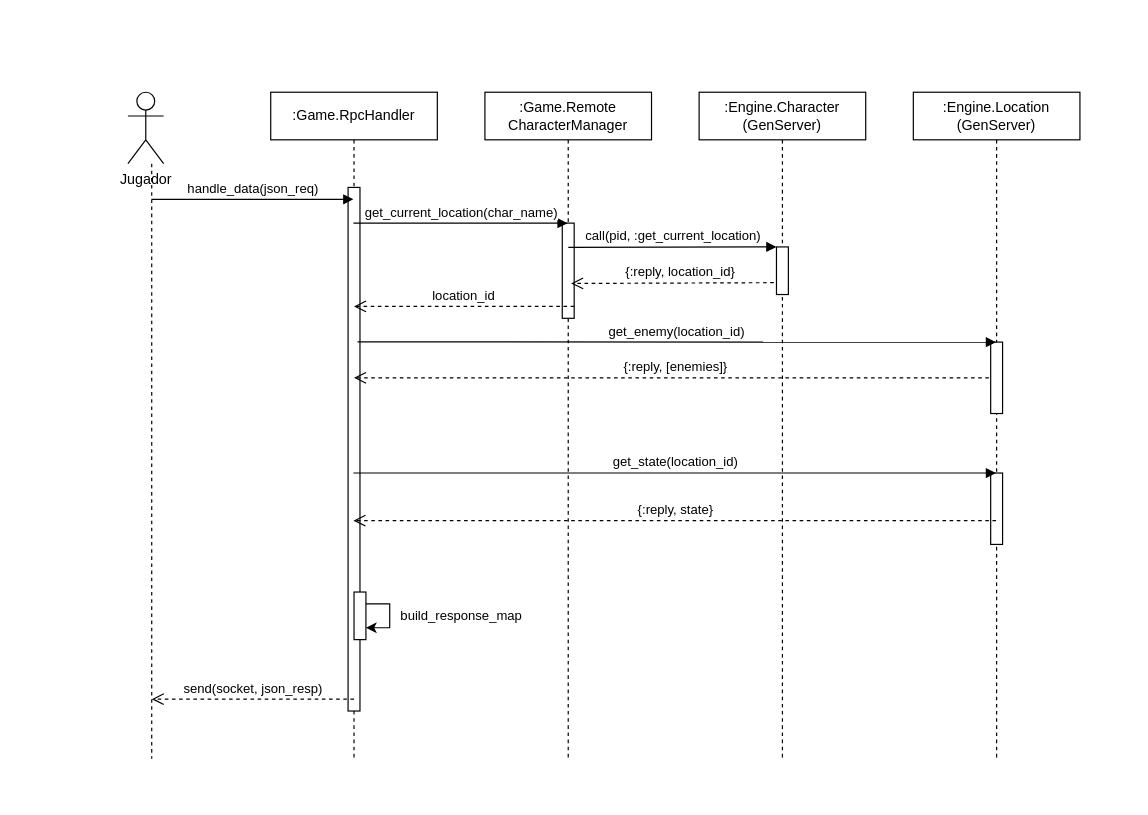
Earlier version of the draw.io diagram document/tex_files/mainmatter/chapter_5/images/design_game/secuence_diagrams/inspect_current_location.drawio (ThAlsay/Hephaestus). Source tidied: cells renumbered, new cells numbered last; positions are measured from the earlier drawing's top-left corner, leaving out a move shared by most shapes. Both pictures are drawn from the tidied source at 119%, with x=0, y=0 at pixel (127, 92).
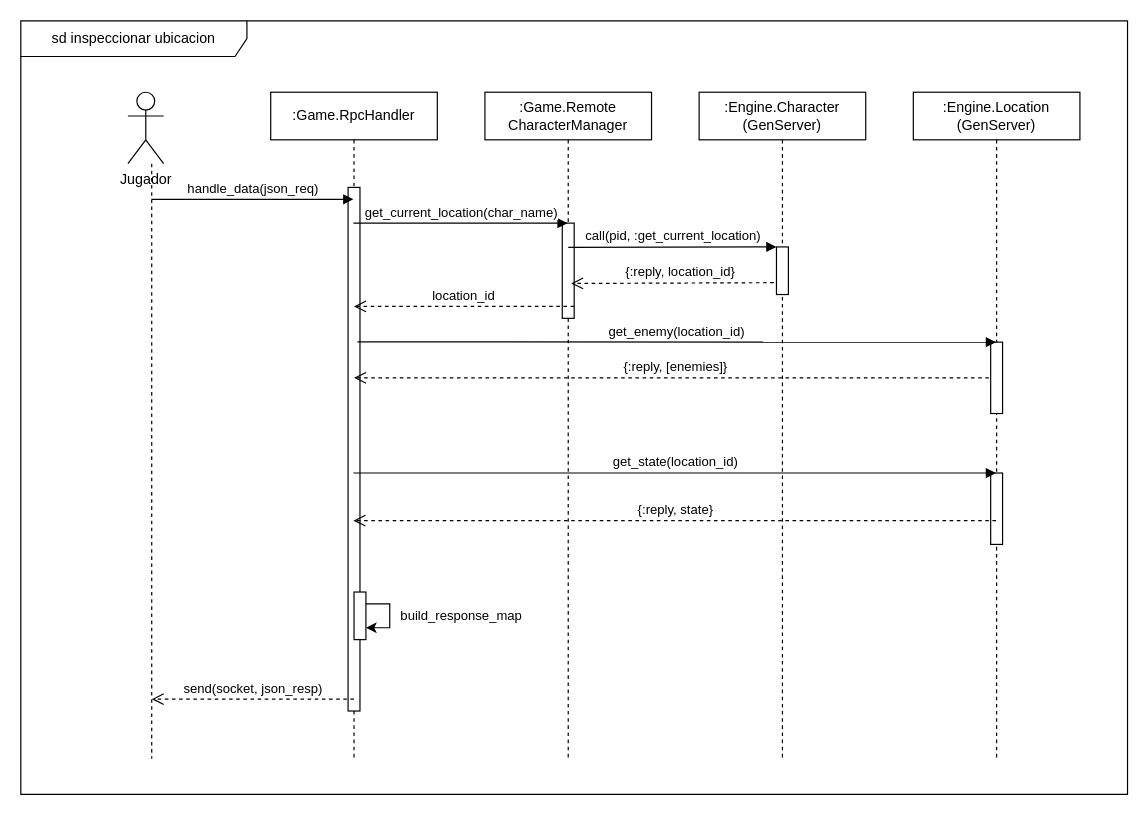
The same diagram, later.

The edit, as a diff of the source:
```diff
@@
+    <mxCell id="25" value="sd inspeccionar ubicacion" style="shape=umlFrame;whiteSpace=wrap;html=1;width=190;height=30;" parent="1" vertex="1">
+      <mxGeometry x="-90" y="-60" width="930" height="650" as="geometry" />
+    </mxCell>
```
